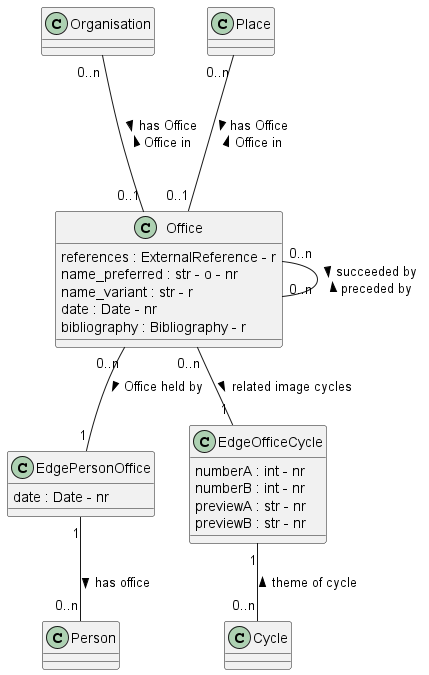
tmasch/bpf_be keeps this PlantUML diagram as documentation/class_diagrams/Office.png. Above is the earlier version. The source it was exported from:
```plantuml
@startuml
class Office

Office : references : ExternalReference - r
Office : name_preferred : str - o - nr
Office : name_variant : str - r
Office : date : Date - nr
Office : bibliography : Bibliography - r



class Person

class Organisation

class Place

class EdgePersonOffice
EdgePersonOffice : date : Date - nr

class EdgeOfficeCycle
EdgeOfficeCycle : numberA : int - nr
EdgeOfficeCycle : numberB : int - nr
EdgeOfficeCycle : previewA : str - nr
EdgeOfficeCycle : previewB : str - nr


Organisation "0..n" --- "0..1" Office : > has Office \n Office in <

Place "0..n" --- "0..1" Office : > has Office \n Office in <

Office "0..n" -- "1" EdgePersonOffice : > Office held by
EdgePersonOffice "1" -- "0..n" Person : > has office

Office "0..n" --- "0..n" Office : > succeeded by \n preceded by <

Office "0..n" -- "1" EdgeOfficeCycle : related image cycles >
EdgeOfficeCycle "1" -- "0..n" Cycle : theme of cycle <


@enduml
```
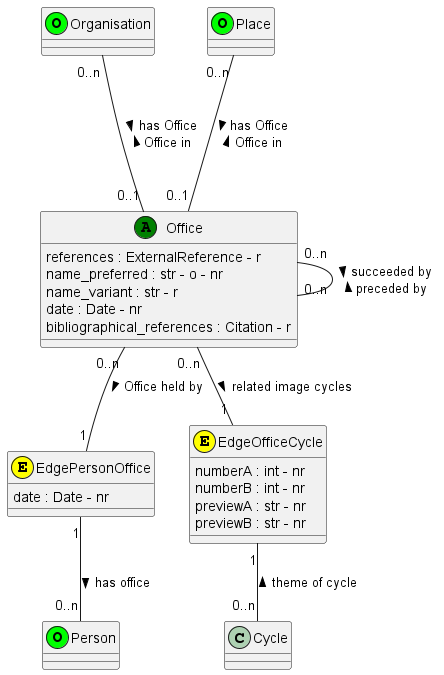
Above is the later version.

Diff of the diagram source:
```diff
@@ -1,24 +1,24 @@
 @startuml
-class Office
+class Office <<(A,green)>>
 
 Office : references : ExternalReference - r
 Office : name_preferred : str - o - nr
 Office : name_variant : str - r
 Office : date : Date - nr
-Office : bibliography : Bibliography - r
+Office : bibliographical_references : Citation - r
 
 
 
-class Person
+class Person <<(O,lime)>>
 
-class Organisation
+class Organisation <<(O,lime)>>
 
-class Place
+class Place <<(O,lime)>>
 
-class EdgePersonOffice
+class EdgePersonOffice <<(E,yellow)>>
 EdgePersonOffice : date : Date - nr
 
-class EdgeOfficeCycle
+class EdgeOfficeCycle <<(E,yellow)>>
 EdgeOfficeCycle : numberA : int - nr
 EdgeOfficeCycle : numberB : int - nr
 EdgeOfficeCycle : previewA : str - nr
```
